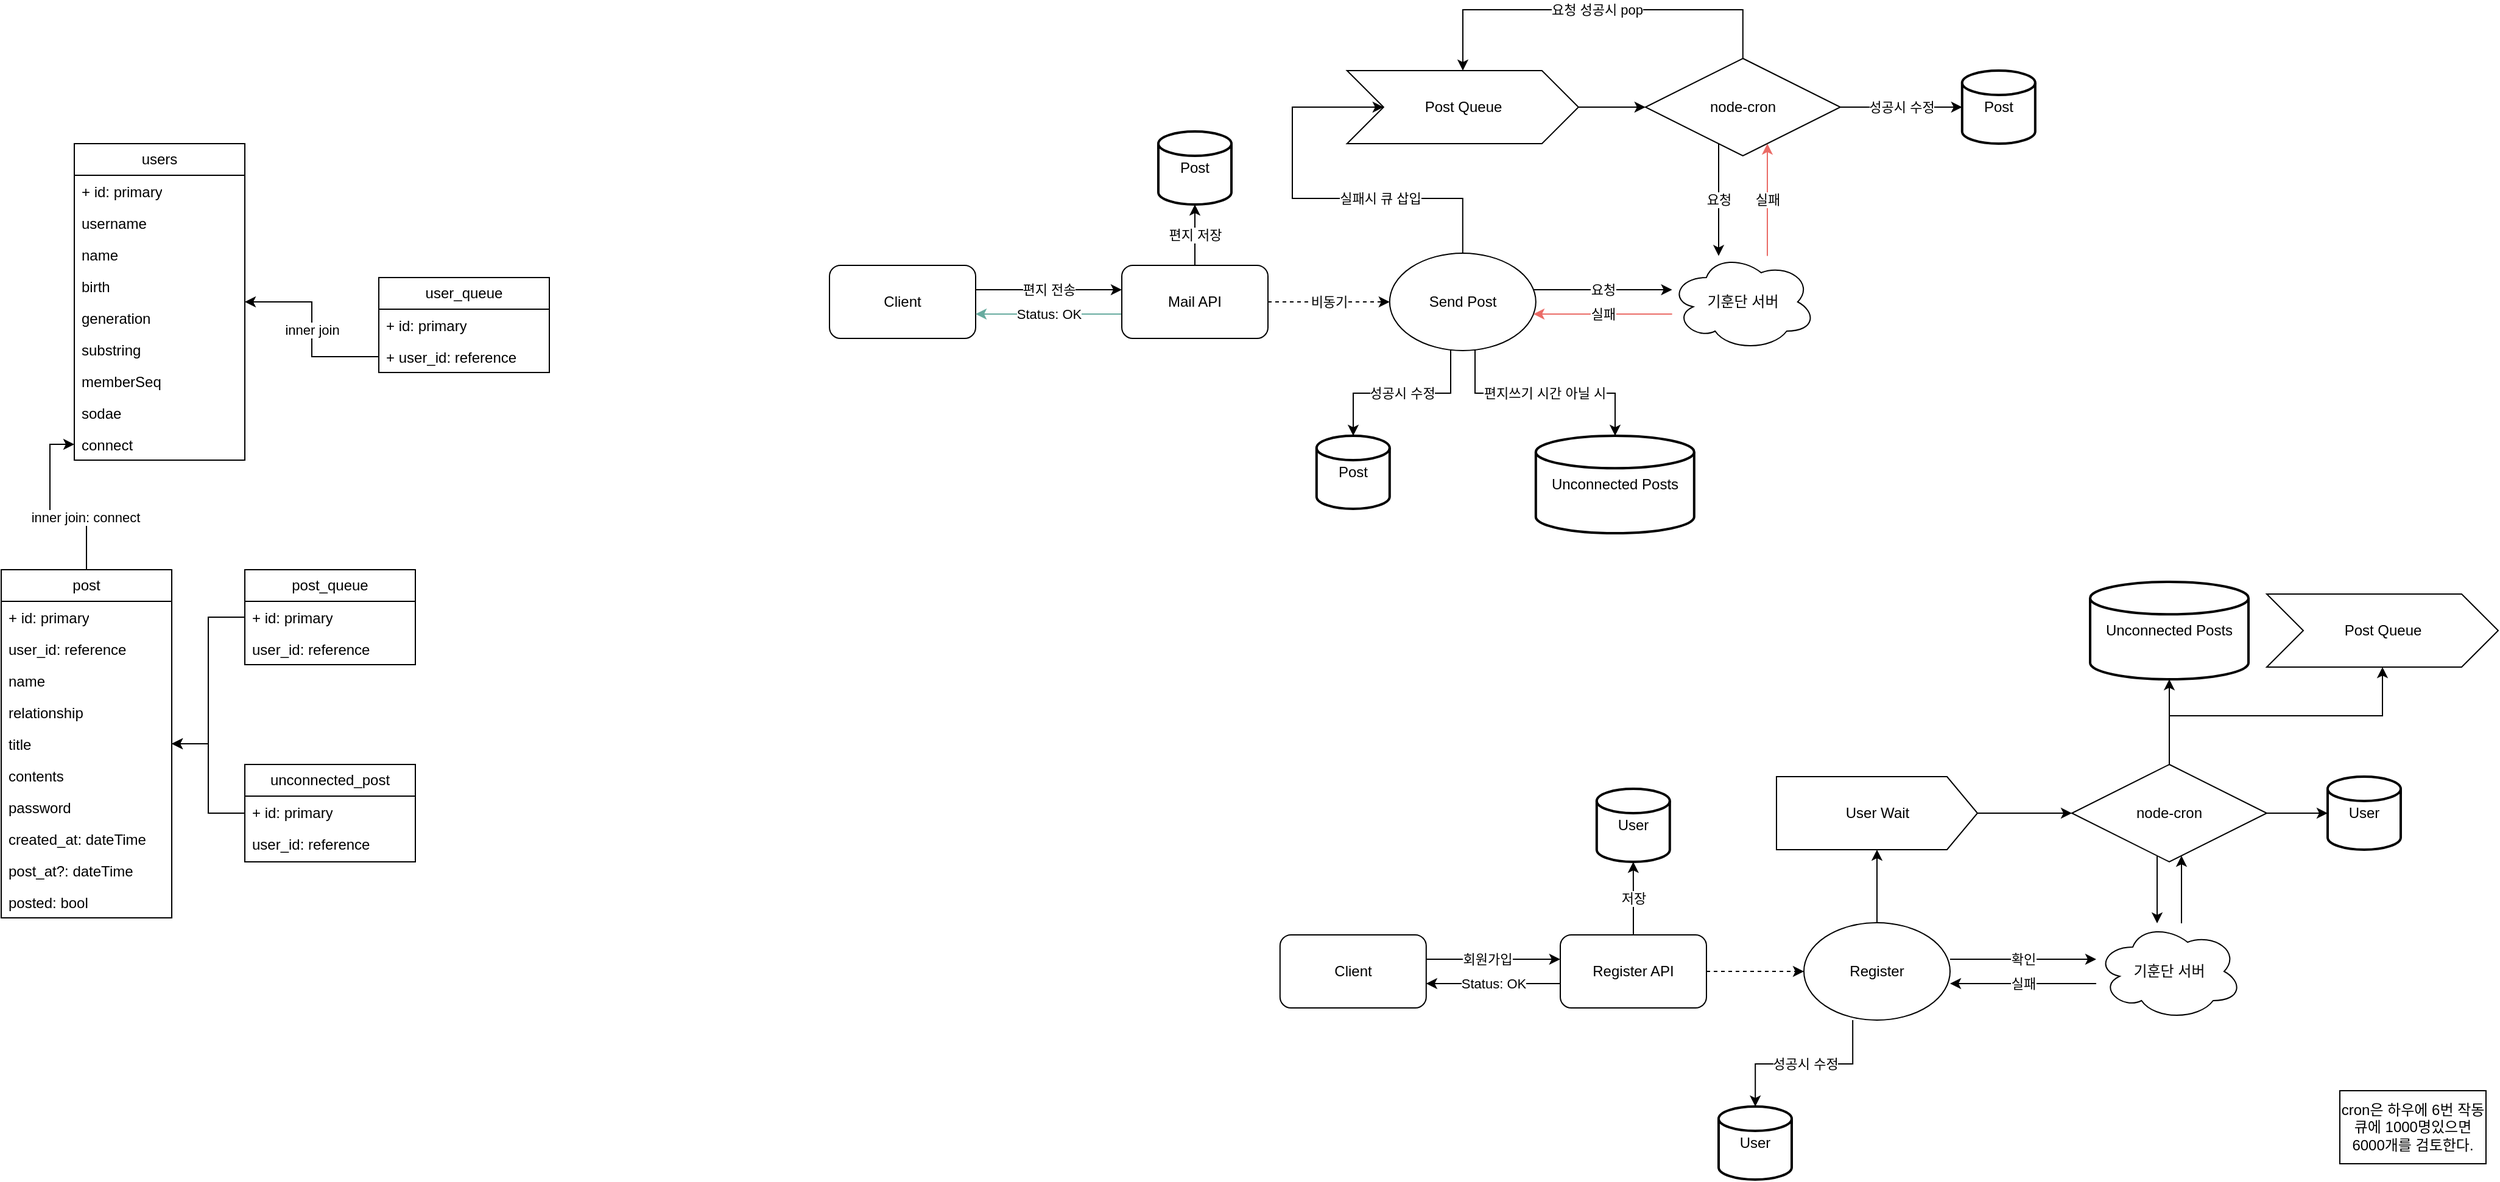
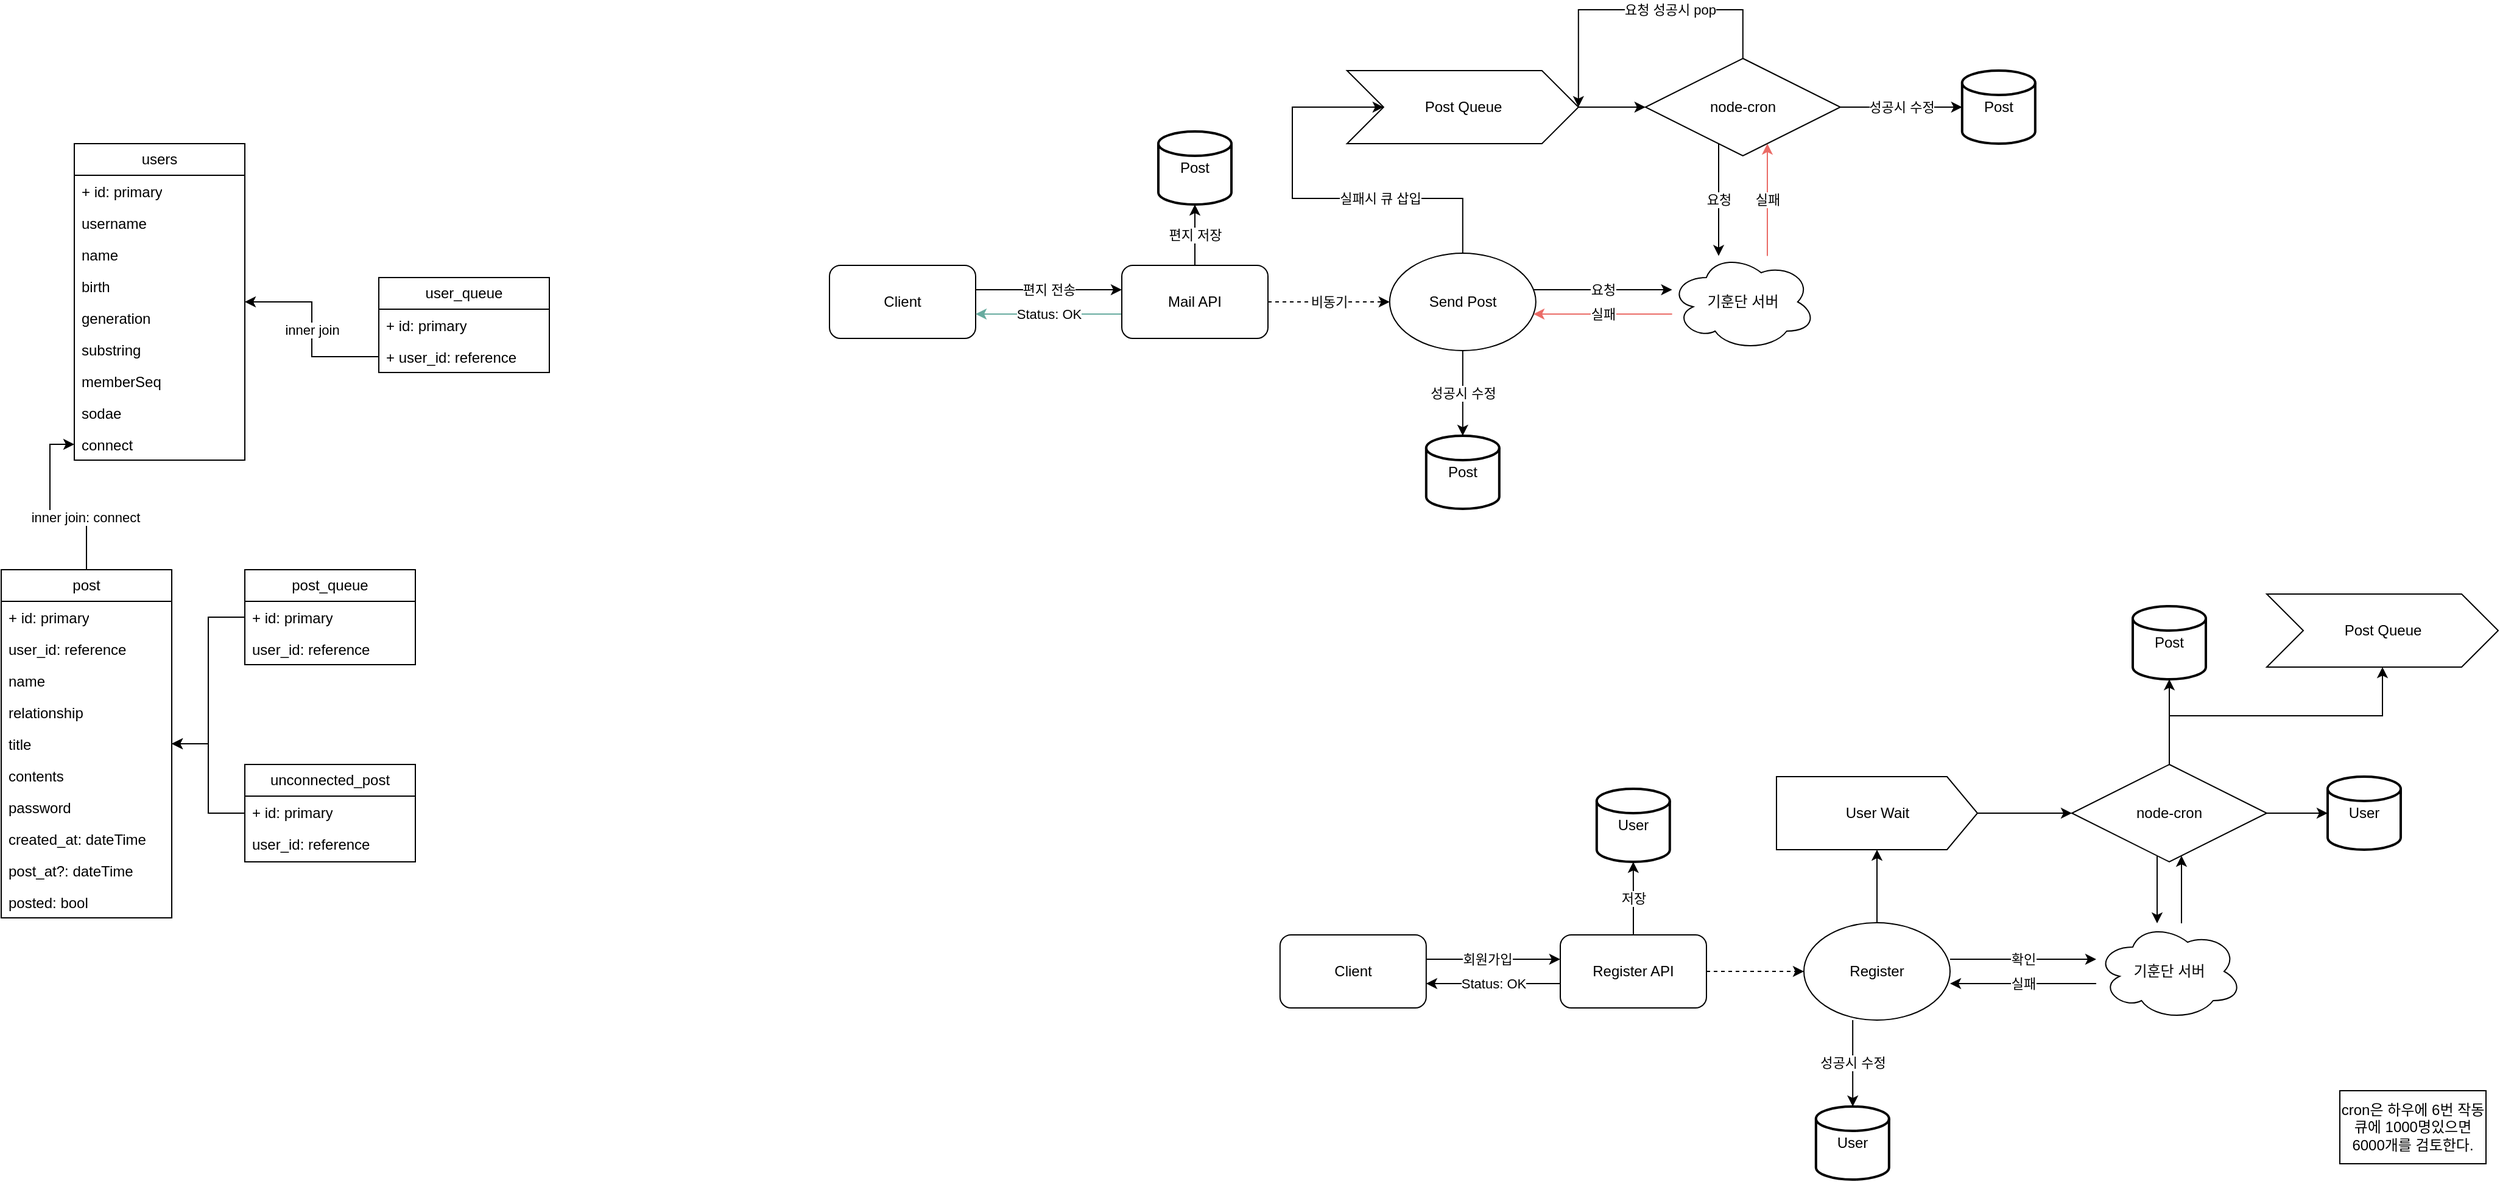
- <mxfile host="app.diagrams.net" modified="2024-04-08T14:46:49.970Z" agent="Mozilla/5.0 (X11; Linux x86_64) AppleWebKit/537.36 (KHTML, like Gecko) Chrome/109.0.0.0 Safari/537.36" etag="leBQNOESrOK4j2m4dF1L" version="24.2.2" type="github">
+ <mxfile host="app.diagrams.net" modified="2024-04-09T12:32:51.246Z" agent="Mozilla/5.0 (Macintosh; Intel Mac OS X 10_15_7) AppleWebKit/537.36 (KHTML, like Gecko) Chrome/121.0.0.0 Safari/537.36" etag="kHFkQoNIyTTYmppFb76K" version="21.5.0" type="github">
  <diagram name="페이지-1" id="YYIqQqlZSumYDMB_ZiYN">
-     <mxGraphModel dx="1434" dy="776" grid="1" gridSize="10" guides="1" tooltips="1" connect="1" arrows="1" fold="1" page="1" pageScale="1" pageWidth="827" pageHeight="1169" math="0" shadow="0">
+     <mxGraphModel dx="1060" dy="673" grid="1" gridSize="10" guides="1" tooltips="1" connect="1" arrows="1" fold="1" page="1" pageScale="1" pageWidth="827" pageHeight="1169" math="0" shadow="0">
      <root>
        <mxCell id="0" />
        <mxCell id="1" parent="0" />
        <mxCell id="AZsRamwOxZUp80OkMe_C-2" value="users" style="swimlane;fontStyle=0;childLayout=stackLayout;horizontal=1;startSize=26;fillColor=none;horizontalStack=0;resizeParent=1;resizeParentMax=0;resizeLast=0;collapsible=1;marginBottom=0;whiteSpace=wrap;html=1;" parent="1" vertex="1">
          <mxGeometry x="140" y="250" width="140" height="260" as="geometry" />
        </mxCell>
        <mxCell id="AZsRamwOxZUp80OkMe_C-3" value="+ id: primary" style="text;strokeColor=none;fillColor=none;align=left;verticalAlign=top;spacingLeft=4;spacingRight=4;overflow=hidden;rotatable=0;points=[[0,0.5],[1,0.5]];portConstraint=eastwest;whiteSpace=wrap;html=1;" parent="AZsRamwOxZUp80OkMe_C-2" vertex="1">
          <mxGeometry y="26" width="140" height="26" as="geometry" />
        </mxCell>
        <mxCell id="AZsRamwOxZUp80OkMe_C-4" value="username" style="text;strokeColor=none;fillColor=none;align=left;verticalAlign=top;spacingLeft=4;spacingRight=4;overflow=hidden;rotatable=0;points=[[0,0.5],[1,0.5]];portConstraint=eastwest;whiteSpace=wrap;html=1;" parent="AZsRamwOxZUp80OkMe_C-2" vertex="1">
          <mxGeometry y="52" width="140" height="26" as="geometry" />
        </mxCell>
        <mxCell id="AZsRamwOxZUp80OkMe_C-5" value="name" style="text;strokeColor=none;fillColor=none;align=left;verticalAlign=top;spacingLeft=4;spacingRight=4;overflow=hidden;rotatable=0;points=[[0,0.5],[1,0.5]];portConstraint=eastwest;whiteSpace=wrap;html=1;" parent="AZsRamwOxZUp80OkMe_C-2" vertex="1">
          <mxGeometry y="78" width="140" height="26" as="geometry" />
        </mxCell>
        <mxCell id="AZsRamwOxZUp80OkMe_C-10" value="birth" style="text;strokeColor=none;fillColor=none;align=left;verticalAlign=top;spacingLeft=4;spacingRight=4;overflow=hidden;rotatable=0;points=[[0,0.5],[1,0.5]];portConstraint=eastwest;whiteSpace=wrap;html=1;" parent="AZsRamwOxZUp80OkMe_C-2" vertex="1">
          <mxGeometry y="104" width="140" height="26" as="geometry" />
        </mxCell>
        <mxCell id="AZsRamwOxZUp80OkMe_C-11" value="generation" style="text;strokeColor=none;fillColor=none;align=left;verticalAlign=top;spacingLeft=4;spacingRight=4;overflow=hidden;rotatable=0;points=[[0,0.5],[1,0.5]];portConstraint=eastwest;whiteSpace=wrap;html=1;" parent="AZsRamwOxZUp80OkMe_C-2" vertex="1">
          <mxGeometry y="130" width="140" height="26" as="geometry" />
        </mxCell>
        <mxCell id="AZsRamwOxZUp80OkMe_C-12" value="substring" style="text;strokeColor=none;fillColor=none;align=left;verticalAlign=top;spacingLeft=4;spacingRight=4;overflow=hidden;rotatable=0;points=[[0,0.5],[1,0.5]];portConstraint=eastwest;whiteSpace=wrap;html=1;" parent="AZsRamwOxZUp80OkMe_C-2" vertex="1">
          <mxGeometry y="156" width="140" height="26" as="geometry" />
        </mxCell>
        <mxCell id="AZsRamwOxZUp80OkMe_C-15" value="memberSeq" style="text;strokeColor=none;fillColor=none;align=left;verticalAlign=top;spacingLeft=4;spacingRight=4;overflow=hidden;rotatable=0;points=[[0,0.5],[1,0.5]];portConstraint=eastwest;whiteSpace=wrap;html=1;" parent="AZsRamwOxZUp80OkMe_C-2" vertex="1">
          <mxGeometry y="182" width="140" height="26" as="geometry" />
        </mxCell>
        <mxCell id="AZsRamwOxZUp80OkMe_C-14" value="sodae" style="text;strokeColor=none;fillColor=none;align=left;verticalAlign=top;spacingLeft=4;spacingRight=4;overflow=hidden;rotatable=0;points=[[0,0.5],[1,0.5]];portConstraint=eastwest;whiteSpace=wrap;html=1;" parent="AZsRamwOxZUp80OkMe_C-2" vertex="1">
          <mxGeometry y="208" width="140" height="26" as="geometry" />
        </mxCell>
        <mxCell id="AZsRamwOxZUp80OkMe_C-16" value="connect" style="text;strokeColor=none;fillColor=none;align=left;verticalAlign=top;spacingLeft=4;spacingRight=4;overflow=hidden;rotatable=0;points=[[0,0.5],[1,0.5]];portConstraint=eastwest;whiteSpace=wrap;html=1;" parent="AZsRamwOxZUp80OkMe_C-2" vertex="1">
          <mxGeometry y="234" width="140" height="26" as="geometry" />
        </mxCell>
        <mxCell id="AZsRamwOxZUp80OkMe_C-6" value="user_queue" style="swimlane;fontStyle=0;childLayout=stackLayout;horizontal=1;startSize=26;fillColor=none;horizontalStack=0;resizeParent=1;resizeParentMax=0;resizeLast=0;collapsible=1;marginBottom=0;whiteSpace=wrap;html=1;" parent="1" vertex="1">
          <mxGeometry x="390" y="360" width="140" height="78" as="geometry" />
        </mxCell>
        <mxCell id="AZsRamwOxZUp80OkMe_C-18" value="+ id: primary" style="text;strokeColor=none;fillColor=none;align=left;verticalAlign=top;spacingLeft=4;spacingRight=4;overflow=hidden;rotatable=0;points=[[0,0.5],[1,0.5]];portConstraint=eastwest;whiteSpace=wrap;html=1;" parent="AZsRamwOxZUp80OkMe_C-6" vertex="1">
          <mxGeometry y="26" width="140" height="26" as="geometry" />
        </mxCell>
        <mxCell id="AZsRamwOxZUp80OkMe_C-7" value="+ user_id: reference" style="text;strokeColor=none;fillColor=none;align=left;verticalAlign=top;spacingLeft=4;spacingRight=4;overflow=hidden;rotatable=0;points=[[0,0.5],[1,0.5]];portConstraint=eastwest;whiteSpace=wrap;html=1;" parent="AZsRamwOxZUp80OkMe_C-6" vertex="1">
          <mxGeometry y="52" width="140" height="26" as="geometry" />
        </mxCell>
        <mxCell id="AZsRamwOxZUp80OkMe_C-19" value="inner join" style="edgeStyle=orthogonalEdgeStyle;rounded=0;orthogonalLoop=1;jettySize=auto;html=1;" parent="1" source="AZsRamwOxZUp80OkMe_C-7" target="AZsRamwOxZUp80OkMe_C-2" edge="1">
          <mxGeometry relative="1" as="geometry" />
        </mxCell>
        <mxCell id="F6sanjwA14LKa2ckui42-2" style="edgeStyle=orthogonalEdgeStyle;rounded=0;orthogonalLoop=1;jettySize=auto;html=1;" parent="1" source="AZsRamwOxZUp80OkMe_C-20" target="AZsRamwOxZUp80OkMe_C-16" edge="1">
          <mxGeometry relative="1" as="geometry" />
        </mxCell>
        <mxCell id="F6sanjwA14LKa2ckui42-3" value="inner join: connect" style="edgeLabel;html=1;align=center;verticalAlign=middle;resizable=0;points=[];" parent="F6sanjwA14LKa2ckui42-2" vertex="1" connectable="0">
          <mxGeometry x="-0.4284" y="1" relative="1" as="geometry">
            <mxPoint as="offset" />
          </mxGeometry>
        </mxCell>
        <mxCell id="AZsRamwOxZUp80OkMe_C-20" value="post" style="swimlane;fontStyle=0;childLayout=stackLayout;horizontal=1;startSize=26;fillColor=none;horizontalStack=0;resizeParent=1;resizeParentMax=0;resizeLast=0;collapsible=1;marginBottom=0;whiteSpace=wrap;html=1;" parent="1" vertex="1">
          <mxGeometry x="80" y="600" width="140" height="286" as="geometry" />
        </mxCell>
        <mxCell id="AZsRamwOxZUp80OkMe_C-21" value="+ id: primary" style="text;strokeColor=none;fillColor=none;align=left;verticalAlign=top;spacingLeft=4;spacingRight=4;overflow=hidden;rotatable=0;points=[[0,0.5],[1,0.5]];portConstraint=eastwest;whiteSpace=wrap;html=1;" parent="AZsRamwOxZUp80OkMe_C-20" vertex="1">
          <mxGeometry y="26" width="140" height="26" as="geometry" />
        </mxCell>
        <mxCell id="AZsRamwOxZUp80OkMe_C-22" value="user_id: reference" style="text;strokeColor=none;fillColor=none;align=left;verticalAlign=top;spacingLeft=4;spacingRight=4;overflow=hidden;rotatable=0;points=[[0,0.5],[1,0.5]];portConstraint=eastwest;whiteSpace=wrap;html=1;" parent="AZsRamwOxZUp80OkMe_C-20" vertex="1">
          <mxGeometry y="52" width="140" height="26" as="geometry" />
        </mxCell>
        <mxCell id="AZsRamwOxZUp80OkMe_C-23" value="name" style="text;strokeColor=none;fillColor=none;align=left;verticalAlign=top;spacingLeft=4;spacingRight=4;overflow=hidden;rotatable=0;points=[[0,0.5],[1,0.5]];portConstraint=eastwest;whiteSpace=wrap;html=1;" parent="AZsRamwOxZUp80OkMe_C-20" vertex="1">
          <mxGeometry y="78" width="140" height="26" as="geometry" />
        </mxCell>
        <mxCell id="AZsRamwOxZUp80OkMe_C-24" value="relationship" style="text;strokeColor=none;fillColor=none;align=left;verticalAlign=top;spacingLeft=4;spacingRight=4;overflow=hidden;rotatable=0;points=[[0,0.5],[1,0.5]];portConstraint=eastwest;whiteSpace=wrap;html=1;" parent="AZsRamwOxZUp80OkMe_C-20" vertex="1">
          <mxGeometry y="104" width="140" height="26" as="geometry" />
        </mxCell>
        <mxCell id="AZsRamwOxZUp80OkMe_C-25" value="title" style="text;strokeColor=none;fillColor=none;align=left;verticalAlign=top;spacingLeft=4;spacingRight=4;overflow=hidden;rotatable=0;points=[[0,0.5],[1,0.5]];portConstraint=eastwest;whiteSpace=wrap;html=1;" parent="AZsRamwOxZUp80OkMe_C-20" vertex="1">
          <mxGeometry y="130" width="140" height="26" as="geometry" />
        </mxCell>
        <mxCell id="AZsRamwOxZUp80OkMe_C-26" value="contents" style="text;strokeColor=none;fillColor=none;align=left;verticalAlign=top;spacingLeft=4;spacingRight=4;overflow=hidden;rotatable=0;points=[[0,0.5],[1,0.5]];portConstraint=eastwest;whiteSpace=wrap;html=1;" parent="AZsRamwOxZUp80OkMe_C-20" vertex="1">
          <mxGeometry y="156" width="140" height="26" as="geometry" />
        </mxCell>
        <mxCell id="AZsRamwOxZUp80OkMe_C-27" value="password" style="text;strokeColor=none;fillColor=none;align=left;verticalAlign=top;spacingLeft=4;spacingRight=4;overflow=hidden;rotatable=0;points=[[0,0.5],[1,0.5]];portConstraint=eastwest;whiteSpace=wrap;html=1;" parent="AZsRamwOxZUp80OkMe_C-20" vertex="1">
          <mxGeometry y="182" width="140" height="26" as="geometry" />
        </mxCell>
        <mxCell id="AZsRamwOxZUp80OkMe_C-28" value="created_at: dateTime" style="text;strokeColor=none;fillColor=none;align=left;verticalAlign=top;spacingLeft=4;spacingRight=4;overflow=hidden;rotatable=0;points=[[0,0.5],[1,0.5]];portConstraint=eastwest;whiteSpace=wrap;html=1;" parent="AZsRamwOxZUp80OkMe_C-20" vertex="1">
          <mxGeometry y="208" width="140" height="26" as="geometry" />
        </mxCell>
        <mxCell id="AZsRamwOxZUp80OkMe_C-41" value="post_at?: dateTime" style="text;strokeColor=none;fillColor=none;align=left;verticalAlign=top;spacingLeft=4;spacingRight=4;overflow=hidden;rotatable=0;points=[[0,0.5],[1,0.5]];portConstraint=eastwest;whiteSpace=wrap;html=1;" parent="AZsRamwOxZUp80OkMe_C-20" vertex="1">
          <mxGeometry y="234" width="140" height="26" as="geometry" />
        </mxCell>
        <mxCell id="AZsRamwOxZUp80OkMe_C-42" value="posted: bool" style="text;strokeColor=none;fillColor=none;align=left;verticalAlign=top;spacingLeft=4;spacingRight=4;overflow=hidden;rotatable=0;points=[[0,0.5],[1,0.5]];portConstraint=eastwest;whiteSpace=wrap;html=1;" parent="AZsRamwOxZUp80OkMe_C-20" vertex="1">
          <mxGeometry y="260" width="140" height="26" as="geometry" />
        </mxCell>
        <mxCell id="F6sanjwA14LKa2ckui42-4" style="edgeStyle=orthogonalEdgeStyle;rounded=0;orthogonalLoop=1;jettySize=auto;html=1;" parent="1" source="AZsRamwOxZUp80OkMe_C-30" target="AZsRamwOxZUp80OkMe_C-20" edge="1">
          <mxGeometry relative="1" as="geometry" />
        </mxCell>
        <mxCell id="AZsRamwOxZUp80OkMe_C-30" value="post_queue" style="swimlane;fontStyle=0;childLayout=stackLayout;horizontal=1;startSize=26;fillColor=none;horizontalStack=0;resizeParent=1;resizeParentMax=0;resizeLast=0;collapsible=1;marginBottom=0;whiteSpace=wrap;html=1;" parent="1" vertex="1">
          <mxGeometry x="280" y="600" width="140" height="78" as="geometry" />
        </mxCell>
        <mxCell id="AZsRamwOxZUp80OkMe_C-31" value="+ id: primary" style="text;strokeColor=none;fillColor=none;align=left;verticalAlign=top;spacingLeft=4;spacingRight=4;overflow=hidden;rotatable=0;points=[[0,0.5],[1,0.5]];portConstraint=eastwest;whiteSpace=wrap;html=1;" parent="AZsRamwOxZUp80OkMe_C-30" vertex="1">
          <mxGeometry y="26" width="140" height="26" as="geometry" />
        </mxCell>
        <mxCell id="AZsRamwOxZUp80OkMe_C-32" value="user_id: reference" style="text;strokeColor=none;fillColor=none;align=left;verticalAlign=top;spacingLeft=4;spacingRight=4;overflow=hidden;rotatable=0;points=[[0,0.5],[1,0.5]];portConstraint=eastwest;whiteSpace=wrap;html=1;" parent="AZsRamwOxZUp80OkMe_C-30" vertex="1">
          <mxGeometry y="52" width="140" height="26" as="geometry" />
        </mxCell>
        <mxCell id="F6sanjwA14LKa2ckui42-5" style="edgeStyle=orthogonalEdgeStyle;rounded=0;orthogonalLoop=1;jettySize=auto;html=1;" parent="1" source="AZsRamwOxZUp80OkMe_C-46" target="AZsRamwOxZUp80OkMe_C-20" edge="1">
          <mxGeometry relative="1" as="geometry" />
        </mxCell>
        <mxCell id="AZsRamwOxZUp80OkMe_C-46" value="unconnected_post" style="swimlane;fontStyle=0;childLayout=stackLayout;horizontal=1;startSize=26;fillColor=none;horizontalStack=0;resizeParent=1;resizeParentMax=0;resizeLast=0;collapsible=1;marginBottom=0;whiteSpace=wrap;html=1;" parent="1" vertex="1">
          <mxGeometry x="280" y="760" width="140" height="80" as="geometry" />
        </mxCell>
        <mxCell id="AZsRamwOxZUp80OkMe_C-47" value="+ id: primary" style="text;strokeColor=none;fillColor=none;align=left;verticalAlign=top;spacingLeft=4;spacingRight=4;overflow=hidden;rotatable=0;points=[[0,0.5],[1,0.5]];portConstraint=eastwest;whiteSpace=wrap;html=1;" parent="AZsRamwOxZUp80OkMe_C-46" vertex="1">
          <mxGeometry y="26" width="140" height="26" as="geometry" />
        </mxCell>
        <mxCell id="AZsRamwOxZUp80OkMe_C-48" value="user_id: reference" style="text;strokeColor=none;fillColor=none;align=left;verticalAlign=top;spacingLeft=4;spacingRight=4;overflow=hidden;rotatable=0;points=[[0,0.5],[1,0.5]];portConstraint=eastwest;whiteSpace=wrap;html=1;" parent="AZsRamwOxZUp80OkMe_C-46" vertex="1">
          <mxGeometry y="52" width="140" height="28" as="geometry" />
        </mxCell>
-         <mxCell id="TXcI-fBlLuWAS2TPfB02-3" value="요청" style="edgeStyle=orthogonalEdgeStyle;rounded=0;orthogonalLoop=1;jettySize=auto;html=1;" edge="1" parent="1" source="TXcI-fBlLuWAS2TPfB02-1" target="TXcI-fBlLuWAS2TPfB02-2">
+         <mxCell id="TXcI-fBlLuWAS2TPfB02-3" value="요청" style="edgeStyle=orthogonalEdgeStyle;rounded=0;orthogonalLoop=1;jettySize=auto;html=1;" parent="1" source="TXcI-fBlLuWAS2TPfB02-1" target="TXcI-fBlLuWAS2TPfB02-2" edge="1">
          <mxGeometry relative="1" as="geometry">
            <Array as="points">
              <mxPoint x="1389.91" y="370" />
              <mxPoint x="1389.91" y="370" />
            </Array>
          </mxGeometry>
        </mxCell>
-         <mxCell id="TXcI-fBlLuWAS2TPfB02-5" value="" style="edgeStyle=orthogonalEdgeStyle;rounded=0;orthogonalLoop=1;jettySize=auto;html=1;entryX=0;entryY=0.5;entryDx=30;entryDy=0;entryPerimeter=0;curved=0;" edge="1" parent="1" source="TXcI-fBlLuWAS2TPfB02-1" target="TXcI-fBlLuWAS2TPfB02-9">
+         <mxCell id="TXcI-fBlLuWAS2TPfB02-5" value="" style="edgeStyle=orthogonalEdgeStyle;rounded=0;orthogonalLoop=1;jettySize=auto;html=1;entryX=0;entryY=0.5;entryDx=30;entryDy=0;entryPerimeter=0;curved=0;" parent="1" source="TXcI-fBlLuWAS2TPfB02-1" target="TXcI-fBlLuWAS2TPfB02-9" edge="1">
          <mxGeometry relative="1" as="geometry">
            <mxPoint x="1279.91" y="280" as="targetPoint" />
            <Array as="points">
              <mxPoint x="1280" y="295" />
              <mxPoint x="1140" y="295" />
              <mxPoint x="1140" y="220" />
            </Array>
          </mxGeometry>
        </mxCell>
-         <mxCell id="TXcI-fBlLuWAS2TPfB02-33" value="실패시 큐 삽입" style="edgeLabel;html=1;align=center;verticalAlign=middle;resizable=0;points=[];" vertex="1" connectable="0" parent="TXcI-fBlLuWAS2TPfB02-5">
+         <mxCell id="TXcI-fBlLuWAS2TPfB02-33" value="실패시 큐 삽입" style="edgeLabel;html=1;align=center;verticalAlign=middle;resizable=0;points=[];" parent="TXcI-fBlLuWAS2TPfB02-5" vertex="1" connectable="0">
          <mxGeometry x="-0.3238" relative="1" as="geometry">
            <mxPoint as="offset" />
          </mxGeometry>
        </mxCell>
-         <mxCell id="TXcI-fBlLuWAS2TPfB02-31" value="성공시 수정" style="edgeStyle=orthogonalEdgeStyle;rounded=0;orthogonalLoop=1;jettySize=auto;html=1;" edge="1" parent="1" source="TXcI-fBlLuWAS2TPfB02-1" target="TXcI-fBlLuWAS2TPfB02-29">
-           <mxGeometry relative="1" as="geometry">
-             <Array as="points">
-               <mxPoint x="1270" y="455" />
-               <mxPoint x="1190" y="455" />
-             </Array>
-           </mxGeometry>
-         </mxCell>
-         <mxCell id="TXcI-fBlLuWAS2TPfB02-51" value="편지쓰기 시간 아닐 시" style="edgeStyle=orthogonalEdgeStyle;rounded=0;orthogonalLoop=1;jettySize=auto;html=1;" edge="1" parent="1" source="TXcI-fBlLuWAS2TPfB02-1" target="TXcI-fBlLuWAS2TPfB02-50">
-           <mxGeometry relative="1" as="geometry">
-             <Array as="points">
-               <mxPoint x="1290" y="455" />
-               <mxPoint x="1405" y="455" />
-             </Array>
-           </mxGeometry>
-         </mxCell>
-         <mxCell id="TXcI-fBlLuWAS2TPfB02-1" value="Send Post" style="ellipse;whiteSpace=wrap;html=1;" vertex="1" parent="1">
+         <mxCell id="TXcI-fBlLuWAS2TPfB02-31" value="성공시 수정" style="edgeStyle=orthogonalEdgeStyle;rounded=0;orthogonalLoop=1;jettySize=auto;html=1;" parent="1" source="TXcI-fBlLuWAS2TPfB02-1" target="TXcI-fBlLuWAS2TPfB02-29" edge="1">
+           <mxGeometry relative="1" as="geometry">
+             <Array as="points" />
+             <mxPoint x="1200" y="430" as="targetPoint" />
+           </mxGeometry>
+         </mxCell>
+         <mxCell id="TXcI-fBlLuWAS2TPfB02-1" value="Send Post" style="ellipse;whiteSpace=wrap;html=1;" parent="1" vertex="1">
          <mxGeometry x="1219.91" y="340" width="120" height="80" as="geometry" />
        </mxCell>
-         <mxCell id="TXcI-fBlLuWAS2TPfB02-6" value="실패" style="edgeStyle=orthogonalEdgeStyle;rounded=0;orthogonalLoop=1;jettySize=auto;html=1;strokeColor=#EA6B66;" edge="1" parent="1" source="TXcI-fBlLuWAS2TPfB02-2" target="TXcI-fBlLuWAS2TPfB02-1">
+         <mxCell id="TXcI-fBlLuWAS2TPfB02-6" value="실패" style="edgeStyle=orthogonalEdgeStyle;rounded=0;orthogonalLoop=1;jettySize=auto;html=1;strokeColor=#EA6B66;" parent="1" source="TXcI-fBlLuWAS2TPfB02-2" target="TXcI-fBlLuWAS2TPfB02-1" edge="1">
          <mxGeometry relative="1" as="geometry">
            <Array as="points">
              <mxPoint x="1389.91" y="390" />
              <mxPoint x="1389.91" y="390" />
            </Array>
          </mxGeometry>
        </mxCell>
-         <mxCell id="TXcI-fBlLuWAS2TPfB02-35" value="실패" style="edgeStyle=orthogonalEdgeStyle;rounded=0;orthogonalLoop=1;jettySize=auto;html=1;strokeColor=#EA6B66;" edge="1" parent="1" source="TXcI-fBlLuWAS2TPfB02-2" target="TXcI-fBlLuWAS2TPfB02-27">
+         <mxCell id="TXcI-fBlLuWAS2TPfB02-35" value="실패" style="edgeStyle=orthogonalEdgeStyle;rounded=0;orthogonalLoop=1;jettySize=auto;html=1;strokeColor=#EA6B66;" parent="1" source="TXcI-fBlLuWAS2TPfB02-2" target="TXcI-fBlLuWAS2TPfB02-27" edge="1">
          <mxGeometry relative="1" as="geometry">
            <Array as="points">
              <mxPoint x="1530" y="300" />
              <mxPoint x="1530" y="300" />
            </Array>
          </mxGeometry>
        </mxCell>
-         <mxCell id="TXcI-fBlLuWAS2TPfB02-2" value="기훈단 서버" style="ellipse;shape=cloud;whiteSpace=wrap;html=1;" vertex="1" parent="1">
+         <mxCell id="TXcI-fBlLuWAS2TPfB02-2" value="기훈단 서버" style="ellipse;shape=cloud;whiteSpace=wrap;html=1;" parent="1" vertex="1">
          <mxGeometry x="1449.91" y="340" width="120" height="80" as="geometry" />
        </mxCell>
-         <mxCell id="TXcI-fBlLuWAS2TPfB02-11" style="edgeStyle=orthogonalEdgeStyle;rounded=0;orthogonalLoop=1;jettySize=auto;html=1;" edge="1" parent="1" source="TXcI-fBlLuWAS2TPfB02-9" target="TXcI-fBlLuWAS2TPfB02-27">
+         <mxCell id="TXcI-fBlLuWAS2TPfB02-11" style="edgeStyle=orthogonalEdgeStyle;rounded=0;orthogonalLoop=1;jettySize=auto;html=1;" parent="1" source="TXcI-fBlLuWAS2TPfB02-9" target="TXcI-fBlLuWAS2TPfB02-27" edge="1">
          <mxGeometry relative="1" as="geometry">
            <mxPoint x="1449.9099999999999" y="220" as="targetPoint" />
            <Array as="points" />
          </mxGeometry>
        </mxCell>
-         <mxCell id="TXcI-fBlLuWAS2TPfB02-9" value="Post Queue" style="html=1;shadow=0;dashed=0;align=center;verticalAlign=middle;shape=mxgraph.arrows2.arrow;dy=0;dx=30;notch=30;" vertex="1" parent="1">
+         <mxCell id="TXcI-fBlLuWAS2TPfB02-9" value="Post Queue" style="html=1;shadow=0;dashed=0;align=center;verticalAlign=middle;shape=mxgraph.arrows2.arrow;dy=0;dx=30;notch=30;" parent="1" vertex="1">
          <mxGeometry x="1184.91" y="190" width="190" height="60" as="geometry" />
        </mxCell>
-         <mxCell id="TXcI-fBlLuWAS2TPfB02-13" value="요청" style="edgeStyle=orthogonalEdgeStyle;rounded=0;orthogonalLoop=1;jettySize=auto;html=1;" edge="1" parent="1" source="TXcI-fBlLuWAS2TPfB02-27" target="TXcI-fBlLuWAS2TPfB02-2">
+         <mxCell id="TXcI-fBlLuWAS2TPfB02-13" value="요청" style="edgeStyle=orthogonalEdgeStyle;rounded=0;orthogonalLoop=1;jettySize=auto;html=1;" parent="1" source="TXcI-fBlLuWAS2TPfB02-27" target="TXcI-fBlLuWAS2TPfB02-2" edge="1">
          <mxGeometry relative="1" as="geometry">
            <mxPoint x="1509.9099999999999" y="250" as="sourcePoint" />
            <Array as="points">
              <mxPoint x="1490" y="290" />
              <mxPoint x="1490" y="290" />
            </Array>
          </mxGeometry>
        </mxCell>
-         <mxCell id="TXcI-fBlLuWAS2TPfB02-15" value="성공시 수정" style="edgeStyle=orthogonalEdgeStyle;rounded=0;orthogonalLoop=1;jettySize=auto;html=1;" edge="1" parent="1" source="TXcI-fBlLuWAS2TPfB02-27" target="TXcI-fBlLuWAS2TPfB02-14">
+         <mxCell id="TXcI-fBlLuWAS2TPfB02-15" value="성공시 수정" style="edgeStyle=orthogonalEdgeStyle;rounded=0;orthogonalLoop=1;jettySize=auto;html=1;" parent="1" source="TXcI-fBlLuWAS2TPfB02-27" target="TXcI-fBlLuWAS2TPfB02-14" edge="1">
          <mxGeometry relative="1" as="geometry">
            <mxPoint x="1569.9099999999999" y="220" as="sourcePoint" />
            <Array as="points" />
          </mxGeometry>
        </mxCell>
-         <mxCell id="TXcI-fBlLuWAS2TPfB02-14" value="Post" style="strokeWidth=2;html=1;shape=mxgraph.flowchart.database;whiteSpace=wrap;" vertex="1" parent="1">
+         <mxCell id="TXcI-fBlLuWAS2TPfB02-14" value="Post" style="strokeWidth=2;html=1;shape=mxgraph.flowchart.database;whiteSpace=wrap;" parent="1" vertex="1">
          <mxGeometry x="1689.91" y="190" width="60" height="60" as="geometry" />
        </mxCell>
-         <mxCell id="TXcI-fBlLuWAS2TPfB02-21" value="편지 전송" style="edgeStyle=orthogonalEdgeStyle;rounded=0;orthogonalLoop=1;jettySize=auto;html=1;" edge="1" parent="1" source="TXcI-fBlLuWAS2TPfB02-19" target="TXcI-fBlLuWAS2TPfB02-22">
+         <mxCell id="TXcI-fBlLuWAS2TPfB02-21" value="편지 전송" style="edgeStyle=orthogonalEdgeStyle;rounded=0;orthogonalLoop=1;jettySize=auto;html=1;" parent="1" source="TXcI-fBlLuWAS2TPfB02-19" target="TXcI-fBlLuWAS2TPfB02-22" edge="1">
          <mxGeometry relative="1" as="geometry">
            <mxPoint x="970" y="380" as="targetPoint" />
            <Array as="points">
              <mxPoint x="960" y="370" />
              <mxPoint x="960" y="370" />
            </Array>
          </mxGeometry>
        </mxCell>
-         <mxCell id="TXcI-fBlLuWAS2TPfB02-19" value="Client" style="rounded=1;whiteSpace=wrap;html=1;" vertex="1" parent="1">
+         <mxCell id="TXcI-fBlLuWAS2TPfB02-19" value="Client" style="rounded=1;whiteSpace=wrap;html=1;" parent="1" vertex="1">
          <mxGeometry x="760" y="350" width="120" height="60" as="geometry" />
        </mxCell>
-         <mxCell id="TXcI-fBlLuWAS2TPfB02-20" value="Post" style="strokeWidth=2;html=1;shape=mxgraph.flowchart.database;whiteSpace=wrap;" vertex="1" parent="1">
+         <mxCell id="TXcI-fBlLuWAS2TPfB02-20" value="Post" style="strokeWidth=2;html=1;shape=mxgraph.flowchart.database;whiteSpace=wrap;" parent="1" vertex="1">
          <mxGeometry x="1030" y="240" width="60" height="60" as="geometry" />
        </mxCell>
-         <mxCell id="TXcI-fBlLuWAS2TPfB02-23" value="편지 저장" style="edgeStyle=orthogonalEdgeStyle;rounded=0;orthogonalLoop=1;jettySize=auto;html=1;" edge="1" parent="1" source="TXcI-fBlLuWAS2TPfB02-22" target="TXcI-fBlLuWAS2TPfB02-20">
-           <mxGeometry relative="1" as="geometry" />
-         </mxCell>
-         <mxCell id="TXcI-fBlLuWAS2TPfB02-24" value="비동기" style="edgeStyle=orthogonalEdgeStyle;rounded=0;orthogonalLoop=1;jettySize=auto;html=1;dashed=1;" edge="1" parent="1" source="TXcI-fBlLuWAS2TPfB02-22" target="TXcI-fBlLuWAS2TPfB02-1">
-           <mxGeometry relative="1" as="geometry" />
-         </mxCell>
-         <mxCell id="TXcI-fBlLuWAS2TPfB02-26" value="Status: OK" style="edgeStyle=orthogonalEdgeStyle;rounded=0;orthogonalLoop=1;jettySize=auto;html=1;strokeColor=#67AB9F;" edge="1" parent="1" source="TXcI-fBlLuWAS2TPfB02-22" target="TXcI-fBlLuWAS2TPfB02-19">
+         <mxCell id="TXcI-fBlLuWAS2TPfB02-23" value="편지 저장" style="edgeStyle=orthogonalEdgeStyle;rounded=0;orthogonalLoop=1;jettySize=auto;html=1;" parent="1" source="TXcI-fBlLuWAS2TPfB02-22" target="TXcI-fBlLuWAS2TPfB02-20" edge="1">
+           <mxGeometry relative="1" as="geometry" />
+         </mxCell>
+         <mxCell id="TXcI-fBlLuWAS2TPfB02-24" value="비동기" style="edgeStyle=orthogonalEdgeStyle;rounded=0;orthogonalLoop=1;jettySize=auto;html=1;dashed=1;" parent="1" source="TXcI-fBlLuWAS2TPfB02-22" target="TXcI-fBlLuWAS2TPfB02-1" edge="1">
+           <mxGeometry relative="1" as="geometry" />
+         </mxCell>
+         <mxCell id="TXcI-fBlLuWAS2TPfB02-26" value="Status: OK" style="edgeStyle=orthogonalEdgeStyle;rounded=0;orthogonalLoop=1;jettySize=auto;html=1;strokeColor=#67AB9F;" parent="1" source="TXcI-fBlLuWAS2TPfB02-22" target="TXcI-fBlLuWAS2TPfB02-19" edge="1">
          <mxGeometry relative="1" as="geometry">
            <Array as="points">
              <mxPoint x="960" y="390" />
              <mxPoint x="960" y="390" />
            </Array>
          </mxGeometry>
        </mxCell>
-         <mxCell id="TXcI-fBlLuWAS2TPfB02-22" value="Mail API" style="rounded=1;whiteSpace=wrap;html=1;" vertex="1" parent="1">
+         <mxCell id="TXcI-fBlLuWAS2TPfB02-22" value="Mail API" style="rounded=1;whiteSpace=wrap;html=1;" parent="1" vertex="1">
          <mxGeometry x="1000" y="350" width="120" height="60" as="geometry" />
        </mxCell>
-         <mxCell id="TXcI-fBlLuWAS2TPfB02-37" value="요청 성공시 pop" style="edgeStyle=orthogonalEdgeStyle;rounded=0;orthogonalLoop=1;jettySize=auto;html=1;" edge="1" parent="1" source="TXcI-fBlLuWAS2TPfB02-27" target="TXcI-fBlLuWAS2TPfB02-9">
-           <mxGeometry relative="1" as="geometry">
+         <mxCell id="TXcI-fBlLuWAS2TPfB02-37" value="요청 성공시 pop" style="edgeStyle=orthogonalEdgeStyle;rounded=0;orthogonalLoop=1;jettySize=auto;html=1;entryX=1;entryY=0.5;entryDx=0;entryDy=0;entryPerimeter=0;" parent="1" source="TXcI-fBlLuWAS2TPfB02-27" target="TXcI-fBlLuWAS2TPfB02-9" edge="1">
+           <mxGeometry x="-0.2165" relative="1" as="geometry">
            <Array as="points">
              <mxPoint x="1510" y="140" />
-               <mxPoint x="1280" y="140" />
-             </Array>
-           </mxGeometry>
-         </mxCell>
-         <mxCell id="TXcI-fBlLuWAS2TPfB02-27" value="node-cron" style="rhombus;whiteSpace=wrap;html=1;" vertex="1" parent="1">
+               <mxPoint x="1375" y="140" />
+             </Array>
+             <mxPoint as="offset" />
+           </mxGeometry>
+         </mxCell>
+         <mxCell id="TXcI-fBlLuWAS2TPfB02-27" value="node-cron" style="rhombus;whiteSpace=wrap;html=1;" parent="1" vertex="1">
          <mxGeometry x="1429.91" y="180" width="160" height="80" as="geometry" />
        </mxCell>
-         <mxCell id="TXcI-fBlLuWAS2TPfB02-29" value="Post" style="strokeWidth=2;html=1;shape=mxgraph.flowchart.database;whiteSpace=wrap;" vertex="1" parent="1">
-           <mxGeometry x="1159.91" y="490" width="60" height="60" as="geometry" />
-         </mxCell>
-         <mxCell id="TXcI-fBlLuWAS2TPfB02-50" value="&lt;span style=&quot;white-space: nowrap;&quot;&gt;Unconnected Posts&lt;/span&gt;" style="strokeWidth=2;html=1;shape=mxgraph.flowchart.database;whiteSpace=wrap;" vertex="1" parent="1">
-           <mxGeometry x="1339.91" y="490" width="130" height="80" as="geometry" />
-         </mxCell>
-         <mxCell id="TXcI-fBlLuWAS2TPfB02-55" value="&lt;span style=&quot;color: rgb(0, 0, 0); font-family: Helvetica; font-size: 11px; font-style: normal; font-variant-ligatures: normal; font-variant-caps: normal; font-weight: 400; letter-spacing: normal; orphans: 2; text-align: center; text-indent: 0px; text-transform: none; white-space: nowrap; widows: 2; word-spacing: 0px; -webkit-text-stroke-width: 0px; background-color: rgb(255, 255, 255); text-decoration-thickness: initial; text-decoration-style: initial; text-decoration-color: initial; display: inline !important; float: none;&quot;&gt;회원가입&lt;/span&gt;" style="edgeStyle=orthogonalEdgeStyle;rounded=0;orthogonalLoop=1;jettySize=auto;html=1;" edge="1" parent="1">
+         <mxCell id="TXcI-fBlLuWAS2TPfB02-29" value="Post" style="strokeWidth=2;html=1;shape=mxgraph.flowchart.database;whiteSpace=wrap;" parent="1" vertex="1">
+           <mxGeometry x="1249.91" y="490" width="60" height="60" as="geometry" />
+         </mxCell>
+         <mxCell id="TXcI-fBlLuWAS2TPfB02-55" value="&lt;span style=&quot;color: rgb(0, 0, 0); font-family: Helvetica; font-size: 11px; font-style: normal; font-variant-ligatures: normal; font-variant-caps: normal; font-weight: 400; letter-spacing: normal; orphans: 2; text-align: center; text-indent: 0px; text-transform: none; white-space: nowrap; widows: 2; word-spacing: 0px; -webkit-text-stroke-width: 0px; background-color: rgb(255, 255, 255); text-decoration-thickness: initial; text-decoration-style: initial; text-decoration-color: initial; display: inline !important; float: none;&quot;&gt;회원가입&lt;/span&gt;" style="edgeStyle=orthogonalEdgeStyle;rounded=0;orthogonalLoop=1;jettySize=auto;html=1;" parent="1" edge="1">
          <mxGeometry x="-0.0893" relative="1" as="geometry">
            <mxPoint x="1249.91" y="920" as="sourcePoint" />
            <mxPoint x="1359.91" y="920" as="targetPoint" />
            <mxPoint as="offset" />
          </mxGeometry>
        </mxCell>
-         <mxCell id="TXcI-fBlLuWAS2TPfB02-53" value="Client" style="rounded=1;whiteSpace=wrap;html=1;" vertex="1" parent="1">
+         <mxCell id="TXcI-fBlLuWAS2TPfB02-53" value="Client" style="rounded=1;whiteSpace=wrap;html=1;" parent="1" vertex="1">
          <mxGeometry x="1129.91" y="900" width="120" height="60" as="geometry" />
        </mxCell>
-         <mxCell id="TXcI-fBlLuWAS2TPfB02-57" style="edgeStyle=orthogonalEdgeStyle;rounded=0;orthogonalLoop=1;jettySize=auto;html=1;dashed=1;" edge="1" parent="1" source="TXcI-fBlLuWAS2TPfB02-54" target="TXcI-fBlLuWAS2TPfB02-56">
-           <mxGeometry relative="1" as="geometry" />
-         </mxCell>
-         <mxCell id="TXcI-fBlLuWAS2TPfB02-59" value="Status: OK" style="edgeStyle=orthogonalEdgeStyle;rounded=0;orthogonalLoop=1;jettySize=auto;html=1;" edge="1" parent="1">
+         <mxCell id="TXcI-fBlLuWAS2TPfB02-57" style="edgeStyle=orthogonalEdgeStyle;rounded=0;orthogonalLoop=1;jettySize=auto;html=1;dashed=1;" parent="1" source="TXcI-fBlLuWAS2TPfB02-54" target="TXcI-fBlLuWAS2TPfB02-56" edge="1">
+           <mxGeometry relative="1" as="geometry" />
+         </mxCell>
+         <mxCell id="TXcI-fBlLuWAS2TPfB02-59" value="Status: OK" style="edgeStyle=orthogonalEdgeStyle;rounded=0;orthogonalLoop=1;jettySize=auto;html=1;" parent="1" edge="1">
          <mxGeometry relative="1" as="geometry">
            <mxPoint x="1360" y="940" as="sourcePoint" />
            <mxPoint x="1249.9100000000003" y="940" as="targetPoint" />
          </mxGeometry>
        </mxCell>
-         <mxCell id="TXcI-fBlLuWAS2TPfB02-65" value="저장" style="edgeStyle=orthogonalEdgeStyle;rounded=0;orthogonalLoop=1;jettySize=auto;html=1;" edge="1" parent="1" source="TXcI-fBlLuWAS2TPfB02-54" target="TXcI-fBlLuWAS2TPfB02-64">
-           <mxGeometry relative="1" as="geometry" />
-         </mxCell>
-         <mxCell id="TXcI-fBlLuWAS2TPfB02-54" value="Register API" style="rounded=1;whiteSpace=wrap;html=1;" vertex="1" parent="1">
+         <mxCell id="TXcI-fBlLuWAS2TPfB02-65" value="저장" style="edgeStyle=orthogonalEdgeStyle;rounded=0;orthogonalLoop=1;jettySize=auto;html=1;" parent="1" source="TXcI-fBlLuWAS2TPfB02-54" target="TXcI-fBlLuWAS2TPfB02-64" edge="1">
+           <mxGeometry relative="1" as="geometry" />
+         </mxCell>
+         <mxCell id="TXcI-fBlLuWAS2TPfB02-54" value="Register API" style="rounded=1;whiteSpace=wrap;html=1;" parent="1" vertex="1">
          <mxGeometry x="1360" y="900" width="120" height="60" as="geometry" />
        </mxCell>
-         <mxCell id="TXcI-fBlLuWAS2TPfB02-67" value="확인" style="edgeStyle=orthogonalEdgeStyle;rounded=0;orthogonalLoop=1;jettySize=auto;html=1;" edge="1" parent="1">
+         <mxCell id="TXcI-fBlLuWAS2TPfB02-67" value="확인" style="edgeStyle=orthogonalEdgeStyle;rounded=0;orthogonalLoop=1;jettySize=auto;html=1;" parent="1" edge="1">
          <mxGeometry relative="1" as="geometry">
            <mxPoint x="1680" y="920" as="sourcePoint" />
            <mxPoint x="1800" y="920" as="targetPoint" />
          </mxGeometry>
        </mxCell>
-         <mxCell id="TXcI-fBlLuWAS2TPfB02-69" style="edgeStyle=orthogonalEdgeStyle;rounded=0;orthogonalLoop=1;jettySize=auto;html=1;" edge="1" parent="1" source="TXcI-fBlLuWAS2TPfB02-56" target="TXcI-fBlLuWAS2TPfB02-61">
-           <mxGeometry relative="1" as="geometry" />
-         </mxCell>
-         <mxCell id="TXcI-fBlLuWAS2TPfB02-56" value="Register" style="ellipse;whiteSpace=wrap;html=1;" vertex="1" parent="1">
+         <mxCell id="TXcI-fBlLuWAS2TPfB02-69" style="edgeStyle=orthogonalEdgeStyle;rounded=0;orthogonalLoop=1;jettySize=auto;html=1;" parent="1" source="TXcI-fBlLuWAS2TPfB02-56" target="TXcI-fBlLuWAS2TPfB02-61" edge="1">
+           <mxGeometry relative="1" as="geometry" />
+         </mxCell>
+         <mxCell id="TXcI-fBlLuWAS2TPfB02-56" value="Register" style="ellipse;whiteSpace=wrap;html=1;" parent="1" vertex="1">
          <mxGeometry x="1560" y="890" width="120" height="80" as="geometry" />
        </mxCell>
-         <mxCell id="TXcI-fBlLuWAS2TPfB02-73" style="edgeStyle=orthogonalEdgeStyle;rounded=0;orthogonalLoop=1;jettySize=auto;html=1;" edge="1" parent="1" source="TXcI-fBlLuWAS2TPfB02-60" target="TXcI-fBlLuWAS2TPfB02-72">
-           <mxGeometry relative="1" as="geometry" />
-         </mxCell>
-         <mxCell id="TXcI-fBlLuWAS2TPfB02-74" style="edgeStyle=orthogonalEdgeStyle;rounded=0;orthogonalLoop=1;jettySize=auto;html=1;" edge="1" parent="1" source="TXcI-fBlLuWAS2TPfB02-60" target="TXcI-fBlLuWAS2TPfB02-66">
+         <mxCell id="TXcI-fBlLuWAS2TPfB02-73" style="edgeStyle=orthogonalEdgeStyle;rounded=0;orthogonalLoop=1;jettySize=auto;html=1;" parent="1" source="TXcI-fBlLuWAS2TPfB02-60" edge="1">
+           <mxGeometry relative="1" as="geometry">
+             <mxPoint x="1860" y="690" as="targetPoint" />
+           </mxGeometry>
+         </mxCell>
+         <mxCell id="TXcI-fBlLuWAS2TPfB02-74" style="edgeStyle=orthogonalEdgeStyle;rounded=0;orthogonalLoop=1;jettySize=auto;html=1;" parent="1" source="TXcI-fBlLuWAS2TPfB02-60" target="TXcI-fBlLuWAS2TPfB02-66" edge="1">
          <mxGeometry relative="1" as="geometry">
            <Array as="points">
              <mxPoint x="1850" y="860" />
              <mxPoint x="1850" y="860" />
            </Array>
          </mxGeometry>
        </mxCell>
-         <mxCell id="TXcI-fBlLuWAS2TPfB02-77" style="edgeStyle=orthogonalEdgeStyle;rounded=0;orthogonalLoop=1;jettySize=auto;html=1;" edge="1" parent="1" source="TXcI-fBlLuWAS2TPfB02-60" target="TXcI-fBlLuWAS2TPfB02-76">
-           <mxGeometry relative="1" as="geometry" />
-         </mxCell>
-         <mxCell id="TXcI-fBlLuWAS2TPfB02-79" style="edgeStyle=orthogonalEdgeStyle;rounded=0;orthogonalLoop=1;jettySize=auto;html=1;" edge="1" parent="1" source="TXcI-fBlLuWAS2TPfB02-60" target="TXcI-fBlLuWAS2TPfB02-78">
-           <mxGeometry relative="1" as="geometry" />
-         </mxCell>
-         <mxCell id="TXcI-fBlLuWAS2TPfB02-60" value="node-cron" style="rhombus;whiteSpace=wrap;html=1;" vertex="1" parent="1">
+         <mxCell id="TXcI-fBlLuWAS2TPfB02-77" style="edgeStyle=orthogonalEdgeStyle;rounded=0;orthogonalLoop=1;jettySize=auto;html=1;" parent="1" source="TXcI-fBlLuWAS2TPfB02-60" target="TXcI-fBlLuWAS2TPfB02-76" edge="1">
+           <mxGeometry relative="1" as="geometry" />
+         </mxCell>
+         <mxCell id="TXcI-fBlLuWAS2TPfB02-79" style="edgeStyle=orthogonalEdgeStyle;rounded=0;orthogonalLoop=1;jettySize=auto;html=1;" parent="1" source="TXcI-fBlLuWAS2TPfB02-60" target="TXcI-fBlLuWAS2TPfB02-78" edge="1">
+           <mxGeometry relative="1" as="geometry" />
+         </mxCell>
+         <mxCell id="TXcI-fBlLuWAS2TPfB02-60" value="node-cron" style="rhombus;whiteSpace=wrap;html=1;" parent="1" vertex="1">
          <mxGeometry x="1780" y="760" width="160" height="80" as="geometry" />
        </mxCell>
-         <mxCell id="TXcI-fBlLuWAS2TPfB02-71" style="edgeStyle=orthogonalEdgeStyle;rounded=0;orthogonalLoop=1;jettySize=auto;html=1;" edge="1" parent="1" source="TXcI-fBlLuWAS2TPfB02-61" target="TXcI-fBlLuWAS2TPfB02-60">
-           <mxGeometry relative="1" as="geometry" />
-         </mxCell>
-         <mxCell id="TXcI-fBlLuWAS2TPfB02-61" value="User Wait" style="html=1;shadow=0;dashed=0;align=center;verticalAlign=middle;shape=mxgraph.arrows2.arrow;dy=0;dx=25;notch=0;" vertex="1" parent="1">
+         <mxCell id="TXcI-fBlLuWAS2TPfB02-71" style="edgeStyle=orthogonalEdgeStyle;rounded=0;orthogonalLoop=1;jettySize=auto;html=1;" parent="1" source="TXcI-fBlLuWAS2TPfB02-61" target="TXcI-fBlLuWAS2TPfB02-60" edge="1">
+           <mxGeometry relative="1" as="geometry" />
+         </mxCell>
+         <mxCell id="TXcI-fBlLuWAS2TPfB02-61" value="User Wait" style="html=1;shadow=0;dashed=0;align=center;verticalAlign=middle;shape=mxgraph.arrows2.arrow;dy=0;dx=25;notch=0;" parent="1" vertex="1">
          <mxGeometry x="1537.5" y="770" width="165" height="60" as="geometry" />
        </mxCell>
-         <mxCell id="TXcI-fBlLuWAS2TPfB02-62" value="성공시 수정" style="edgeStyle=orthogonalEdgeStyle;rounded=0;orthogonalLoop=1;jettySize=auto;html=1;" edge="1" parent="1" target="TXcI-fBlLuWAS2TPfB02-63">
+         <mxCell id="TXcI-fBlLuWAS2TPfB02-62" value="성공시 수정" style="edgeStyle=orthogonalEdgeStyle;rounded=0;orthogonalLoop=1;jettySize=auto;html=1;" parent="1" target="TXcI-fBlLuWAS2TPfB02-63" edge="1">
          <mxGeometry relative="1" as="geometry">
            <mxPoint x="1600.09" y="970" as="sourcePoint" />
            <Array as="points">
-               <mxPoint x="1600.09" y="1006" />
-               <mxPoint x="1520.09" y="1006" />
-             </Array>
-           </mxGeometry>
-         </mxCell>
-         <mxCell id="TXcI-fBlLuWAS2TPfB02-63" value="User" style="strokeWidth=2;html=1;shape=mxgraph.flowchart.database;whiteSpace=wrap;" vertex="1" parent="1">
-           <mxGeometry x="1490" y="1041" width="60" height="60" as="geometry" />
-         </mxCell>
-         <mxCell id="TXcI-fBlLuWAS2TPfB02-64" value="User" style="strokeWidth=2;html=1;shape=mxgraph.flowchart.database;whiteSpace=wrap;" vertex="1" parent="1">
+               <mxPoint x="1600" y="1040" />
+               <mxPoint x="1600" y="1040" />
+             </Array>
+           </mxGeometry>
+         </mxCell>
+         <mxCell id="TXcI-fBlLuWAS2TPfB02-63" value="User" style="strokeWidth=2;html=1;shape=mxgraph.flowchart.database;whiteSpace=wrap;" parent="1" vertex="1">
+           <mxGeometry x="1569.91" y="1041" width="60" height="60" as="geometry" />
+         </mxCell>
+         <mxCell id="TXcI-fBlLuWAS2TPfB02-64" value="User" style="strokeWidth=2;html=1;shape=mxgraph.flowchart.database;whiteSpace=wrap;" parent="1" vertex="1">
          <mxGeometry x="1389.91" y="780" width="60" height="60" as="geometry" />
        </mxCell>
-         <mxCell id="TXcI-fBlLuWAS2TPfB02-68" value="실패" style="edgeStyle=orthogonalEdgeStyle;rounded=0;orthogonalLoop=1;jettySize=auto;html=1;" edge="1" parent="1">
+         <mxCell id="TXcI-fBlLuWAS2TPfB02-68" value="실패" style="edgeStyle=orthogonalEdgeStyle;rounded=0;orthogonalLoop=1;jettySize=auto;html=1;" parent="1" edge="1">
          <mxGeometry relative="1" as="geometry">
            <mxPoint x="1800" y="940" as="sourcePoint" />
            <mxPoint x="1680" y="940" as="targetPoint" />
          </mxGeometry>
        </mxCell>
-         <mxCell id="TXcI-fBlLuWAS2TPfB02-75" style="edgeStyle=orthogonalEdgeStyle;rounded=0;orthogonalLoop=1;jettySize=auto;html=1;" edge="1" parent="1" source="TXcI-fBlLuWAS2TPfB02-66" target="TXcI-fBlLuWAS2TPfB02-60">
+         <mxCell id="TXcI-fBlLuWAS2TPfB02-75" style="edgeStyle=orthogonalEdgeStyle;rounded=0;orthogonalLoop=1;jettySize=auto;html=1;" parent="1" source="TXcI-fBlLuWAS2TPfB02-66" target="TXcI-fBlLuWAS2TPfB02-60" edge="1">
          <mxGeometry relative="1" as="geometry">
            <Array as="points">
              <mxPoint x="1870" y="870" />
              <mxPoint x="1870" y="870" />
            </Array>
          </mxGeometry>
        </mxCell>
-         <mxCell id="TXcI-fBlLuWAS2TPfB02-66" value="기훈단 서버" style="ellipse;shape=cloud;whiteSpace=wrap;html=1;" vertex="1" parent="1">
+         <mxCell id="TXcI-fBlLuWAS2TPfB02-66" value="기훈단 서버" style="ellipse;shape=cloud;whiteSpace=wrap;html=1;" parent="1" vertex="1">
          <mxGeometry x="1800" y="890" width="120" height="80" as="geometry" />
        </mxCell>
-         <mxCell id="TXcI-fBlLuWAS2TPfB02-72" value="&lt;span style=&quot;white-space: nowrap;&quot;&gt;Unconnected Posts&lt;/span&gt;" style="strokeWidth=2;html=1;shape=mxgraph.flowchart.database;whiteSpace=wrap;" vertex="1" parent="1">
-           <mxGeometry x="1795" y="610" width="130" height="80" as="geometry" />
-         </mxCell>
-         <mxCell id="TXcI-fBlLuWAS2TPfB02-76" value="Post Queue" style="html=1;shadow=0;dashed=0;align=center;verticalAlign=middle;shape=mxgraph.arrows2.arrow;dy=0;dx=30;notch=30;" vertex="1" parent="1">
+         <mxCell id="TXcI-fBlLuWAS2TPfB02-76" value="Post Queue" style="html=1;shadow=0;dashed=0;align=center;verticalAlign=middle;shape=mxgraph.arrows2.arrow;dy=0;dx=30;notch=30;" parent="1" vertex="1">
          <mxGeometry x="1940" y="620" width="190" height="60" as="geometry" />
        </mxCell>
-         <mxCell id="TXcI-fBlLuWAS2TPfB02-78" value="User" style="strokeWidth=2;html=1;shape=mxgraph.flowchart.database;whiteSpace=wrap;" vertex="1" parent="1">
+         <mxCell id="TXcI-fBlLuWAS2TPfB02-78" value="User" style="strokeWidth=2;html=1;shape=mxgraph.flowchart.database;whiteSpace=wrap;" parent="1" vertex="1">
          <mxGeometry x="1990" y="770" width="60" height="60" as="geometry" />
        </mxCell>
-         <mxCell id="TXcI-fBlLuWAS2TPfB02-81" value="cron은 하우에 6번 작동&lt;div&gt;큐에 1000명있으면&lt;/div&gt;&lt;div&gt;6000개를 검토한다.&lt;/div&gt;" style="whiteSpace=wrap;html=1;" vertex="1" parent="1">
+         <mxCell id="TXcI-fBlLuWAS2TPfB02-81" value="cron은 하우에 6번 작동&lt;div&gt;큐에 1000명있으면&lt;/div&gt;&lt;div&gt;6000개를 검토한다.&lt;/div&gt;" style="whiteSpace=wrap;html=1;" parent="1" vertex="1">
          <mxGeometry x="2000" y="1028" width="120" height="60" as="geometry" />
+         </mxCell>
+         <mxCell id="y1SOeucjYuMJN-nhCAUV-2" value="Post" style="strokeWidth=2;html=1;shape=mxgraph.flowchart.database;whiteSpace=wrap;" vertex="1" parent="1">
+           <mxGeometry x="1830" y="630" width="60" height="60" as="geometry" />
        </mxCell>
      </root>
    </mxGraphModel>
  </diagram>
</mxfile>
